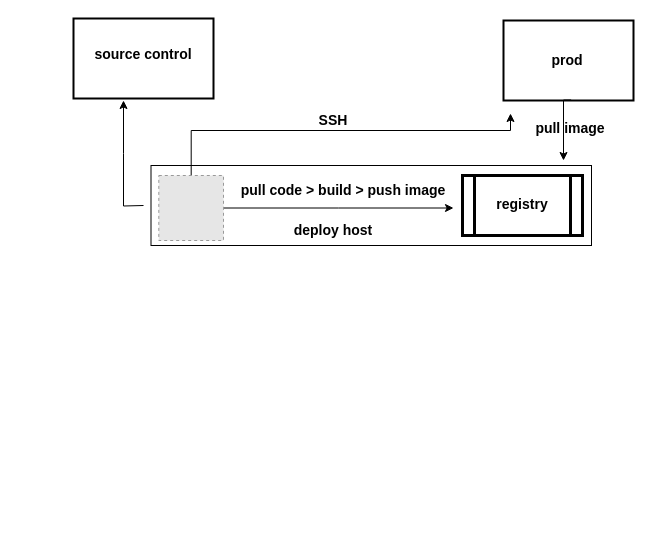
The draw.io diagram Untitled Diagram2.drawio in quanhk711/dev-test-, before the edit. Source tidied: cells renumbered, new cells numbered last; positions are measured from the earlier drawing's top-left corner, leaving out a move shared by most shapes. Both pictures are drawn from the tidied source at 100%, with x=0, y=0 at pixel (73, 18). Pictures stored in the file or linked from it are replaced by grey dashed boxes.
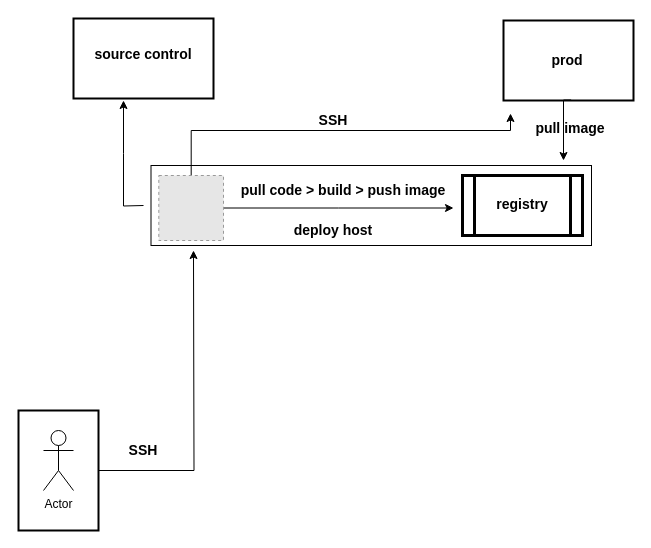
Above is the later version.

What changed in the source:
```diff
@@
+    <mxCell id="18" value="Actor" style="shape=umlActor;verticalLabelPosition=bottom;verticalAlign=top;html=1;strokeWidth=1;fillColor=none;" parent="1" vertex="1">
+      <mxGeometry x="-30" y="412" width="30" height="60" as="geometry" />
+    </mxCell>
+    <mxCell id="19" style="edgeStyle=orthogonalEdgeStyle;rounded=0;jettySize=auto;html=1;" parent="1" edge="1" source="20">
+      <mxGeometry relative="1" as="geometry">
+        <mxPoint x="120" y="232" as="targetPoint" />
+      </mxGeometry>
+    </mxCell>
+    <mxCell id="20" style="rounded=0;whiteSpace=wrap;html=1;strokeWidth=2;fillColor=none;" parent="1" vertex="1">
+      <mxGeometry x="-55" y="392" width="80" height="120" as="geometry" />
+    </mxCell>
+    <mxCell id="21" value="&lt;span style=&quot;font-size: 14px&quot;&gt;&lt;b&gt;SSH&lt;/b&gt;&lt;/span&gt;" style="rounded=0;whiteSpace=wrap;html=1;strokeWidth=3;opacity=0;" parent="1" vertex="1">
+      <mxGeometry x="10" y="402" width="120" height="60" as="geometry" />
+    </mxCell>
```
